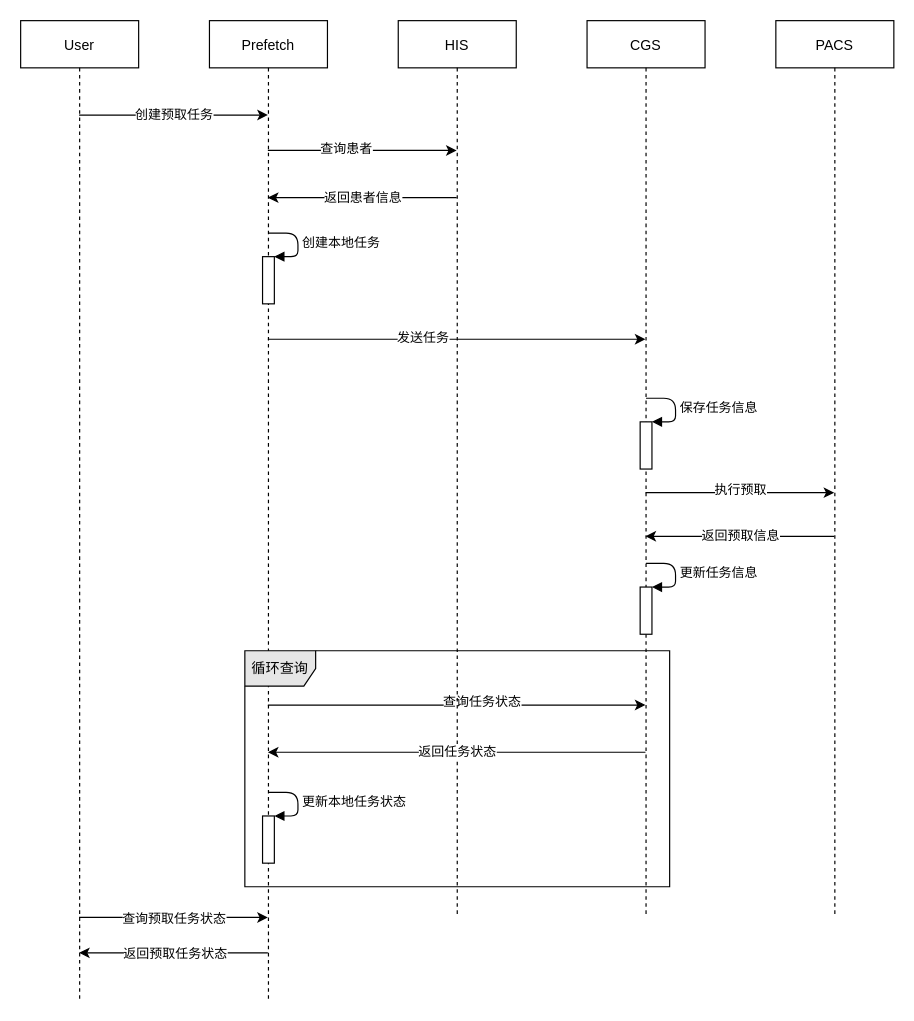
Before: uih/预取时序图.drawio in xzs603/draw.io, a draw.io diagram. Source tidied: cells renumbered, new cells numbered last; positions are measured from the earlier drawing's top-left corner, leaving out a move shared by most shapes. Both pictures are drawn from the tidied source at 118%, with x=0, y=0 at pixel (20, 20).
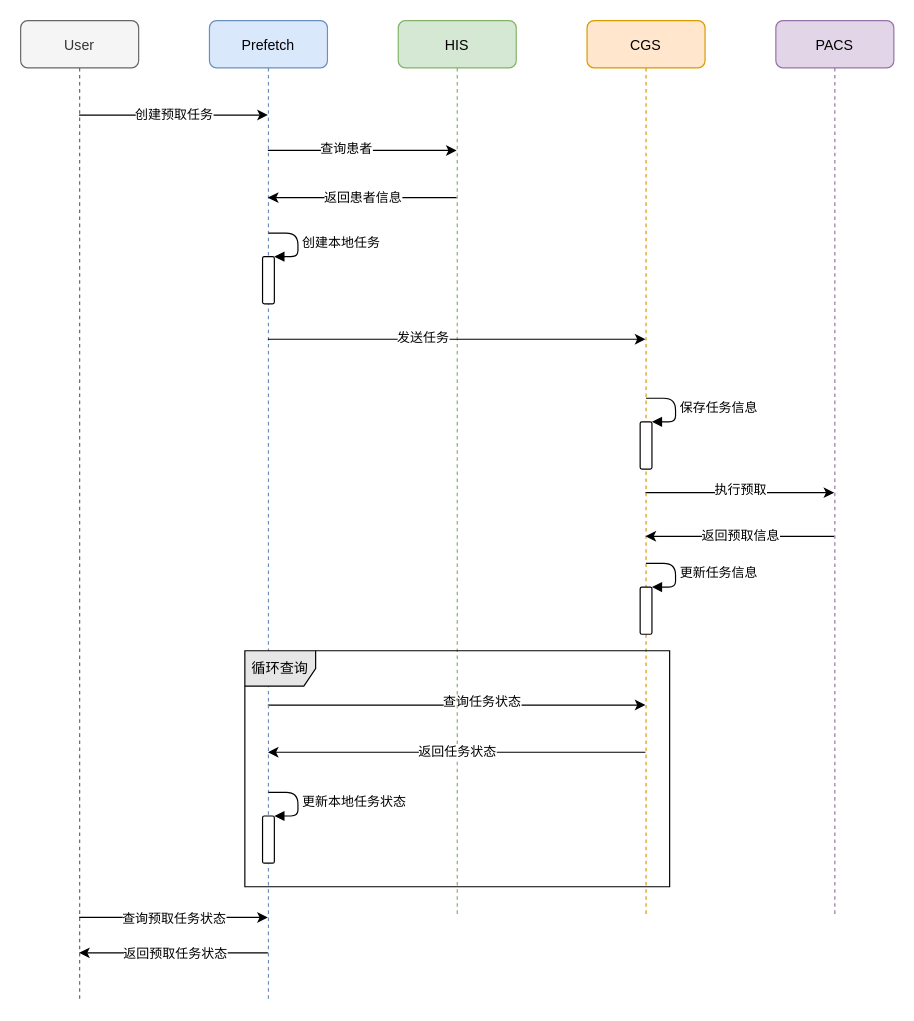
Above is the later version.

The change refers to these unchanged cells:
```xml
<mxCell id="3" style="edgeStyle=orthogonalEdgeStyle;jettySize=auto;html=1;" parent="1" edge="1" source="5" target="12">
  <mxGeometry relative="1" as="geometry">
    <Array as="points">
      <mxPoint x="150" y="760" />
      <mxPoint x="150" y="760" />
    </Array>
  </mxGeometry>
</mxCell>
<mxCell id="6" style="edgeStyle=orthogonalEdgeStyle;jettySize=auto;html=1;" parent="1" edge="1" source="12" target="18">
  <mxGeometry relative="1" as="geometry">
    <Array as="points">
      <mxPoint x="280" y="110" />
      <mxPoint x="280" y="110" />
    </Array>
  </mxGeometry>
</mxCell>
<mxCell id="8" style="edgeStyle=orthogonalEdgeStyle;jettySize=auto;html=1;" parent="1" edge="1" source="12" target="22">
  <mxGeometry relative="1" as="geometry">
    <Array as="points">
      <mxPoint x="430" y="580" />
      <mxPoint x="430" y="580" />
    </Array>
  </mxGeometry>
</mxCell>
<mxCell id="10" style="edgeStyle=orthogonalEdgeStyle;jettySize=auto;html=1;" parent="1" edge="1" source="12" target="5">
  <mxGeometry relative="1" as="geometry">
    <Array as="points">
      <mxPoint x="140" y="790" />
      <mxPoint x="140" y="790" />
    </Array>
  </mxGeometry>
</mxCell>
<mxCell id="19" style="edgeStyle=orthogonalEdgeStyle;jettySize=auto;html=1;" parent="1" edge="1" source="22" target="28">
  <mxGeometry relative="1" as="geometry">
    <Array as="points">
      <mxPoint x="620" y="400" />
      <mxPoint x="620" y="400" />
    </Array>
  </mxGeometry>
</mxCell>
<mxCell id="29" style="edgeStyle=orthogonalEdgeStyle;jettySize=auto;html=1;" parent="1" edge="1" source="12" target="22">
  <mxGeometry relative="1" as="geometry">
    <Array as="points">
      <mxPoint x="430" y="270" />
      <mxPoint x="430" y="270" />
    </Array>
  </mxGeometry>
</mxCell>
```

Change to the diagram source:
```diff
@@
-    <mxCell id="4" value="查询预取任务状态" style="edgeLabel;html=1;align=center;verticalAlign=middle;" parent="3" vertex="1">
+    <mxCell id="4" value="查询预取任务状态" style="edgeLabel;html=1;align=center;verticalAlign=middle;rounded=1;" parent="3" vertex="1">
       <mxGeometry x="0.19" relative="1" as="geometry">
         <mxPoint x="-15.5" as="offset" />
       </mxGeometry>
     </mxCell>
-    <mxCell id="5" value="User" style="shape=umlLifeline;perimeter=lifelinePerimeter;shadow=0;strokeWidth=1;" parent="1" vertex="1">
+    <mxCell id="5" value="User" style="shape=umlLifeline;perimeter=lifelinePerimeter;shadow=0;strokeWidth=1;fillColor=#f5f5f5;strokeColor=#666666;fontColor=#333333;rounded=1;" parent="1" vertex="1">
       <mxGeometry width="100" height="830" as="geometry" />
     </mxCell>
@@
-    <mxCell id="7" value="查询患者" style="edgeLabel;html=1;align=center;verticalAlign=middle;" parent="6" vertex="1">
+    <mxCell id="7" value="查询患者" style="edgeLabel;html=1;align=center;verticalAlign=middle;rounded=1;" parent="6" vertex="1">
       <mxGeometry x="-0.18" y="2" relative="1" as="geometry" />
     </mxCell>
@@
-    <mxCell id="9" value="查询任务状态" style="edgeLabel;html=1;align=center;verticalAlign=middle;" parent="8" vertex="1">
+    <mxCell id="9" value="查询任务状态" style="edgeLabel;html=1;align=center;verticalAlign=middle;rounded=1;" parent="8" vertex="1">
       <mxGeometry x="0.13" y="4" relative="1" as="geometry" />
     </mxCell>
@@
-    <mxCell id="11" value="返回预取任务状态" style="edgeLabel;html=1;align=center;verticalAlign=middle;" parent="10" vertex="1">
+    <mxCell id="11" value="返回预取任务状态" style="edgeLabel;html=1;align=center;verticalAlign=middle;rounded=1;" parent="10" vertex="1">
       <mxGeometry x="0.27" relative="1" as="geometry">
         <mxPoint x="22.5" as="offset" />
       </mxGeometry>
     </mxCell>
-    <mxCell id="12" value="Prefetch" style="shape=umlLifeline;perimeter=lifelinePerimeter;shadow=0;strokeWidth=1;" parent="1" vertex="1">
+    <mxCell id="12" value="Prefetch" style="shape=umlLifeline;perimeter=lifelinePerimeter;shadow=0;strokeWidth=1;fillColor=#dae8fc;strokeColor=#6c8ebf;rounded=1;" parent="1" vertex="1">
       <mxGeometry x="160" width="100" height="830" as="geometry" />
     </mxCell>
-    <mxCell id="13" style="html=1;points=[];perimeter=orthogonalPerimeter;" parent="12" vertex="1">
+    <mxCell id="13" style="html=1;points=[];perimeter=orthogonalPerimeter;rounded=1;" parent="12" vertex="1">
       <mxGeometry x="45" y="200" width="10" height="40" as="geometry" />
     </mxCell>
@@
-    <mxCell id="15" style="html=1;points=[];perimeter=orthogonalPerimeter;" parent="12" vertex="1">
+    <mxCell id="15" style="html=1;points=[];perimeter=orthogonalPerimeter;rounded=1;" parent="12" vertex="1">
       <mxGeometry x="45" y="674" width="10" height="40" as="geometry" />
     </mxCell>
@@
-    <mxCell id="18" value="HIS" style="shape=umlLifeline;perimeter=lifelinePerimeter;shadow=0;strokeWidth=1;" parent="1" vertex="1">
+    <mxCell id="18" value="HIS" style="shape=umlLifeline;perimeter=lifelinePerimeter;shadow=0;strokeWidth=1;fillColor=#d5e8d4;strokeColor=#82b366;rounded=1;" parent="1" vertex="1">
       <mxGeometry x="320" width="100" height="760" as="geometry" />
     </mxCell>
@@
-    <mxCell id="20" value="执行预取" style="edgeLabel;html=1;align=center;verticalAlign=middle;" parent="19" vertex="1">
+    <mxCell id="20" value="执行预取" style="edgeLabel;html=1;align=center;verticalAlign=middle;rounded=1;" parent="19" vertex="1">
       <mxGeometry x="0.14" y="3" relative="1" as="geometry">
         <mxPoint x="-11.5" as="offset" />
       </mxGeometry>
     </mxCell>
@@
-    <mxCell id="22" value="CGS" style="shape=umlLifeline;perimeter=lifelinePerimeter;shadow=0;strokeWidth=1;" parent="1" vertex="1">
+    <mxCell id="22" value="CGS" style="shape=umlLifeline;perimeter=lifelinePerimeter;shadow=0;strokeWidth=1;fillColor=#ffe6cc;strokeColor=#d79b00;rounded=1;" parent="1" vertex="1">
       <mxGeometry x="480" width="100" height="760" as="geometry" />
     </mxCell>
-    <mxCell id="23" style="html=1;points=[];perimeter=orthogonalPerimeter;" parent="22" vertex="1">
+    <mxCell id="23" style="html=1;points=[];perimeter=orthogonalPerimeter;rounded=1;" parent="22" vertex="1">
       <mxGeometry x="45" y="340" width="10" height="40" as="geometry" />
     </mxCell>
@@
-    <mxCell id="25" style="html=1;points=[];perimeter=orthogonalPerimeter;" parent="22" vertex="1">
+    <mxCell id="25" style="html=1;points=[];perimeter=orthogonalPerimeter;rounded=1;" parent="22" vertex="1">
       <mxGeometry x="45" y="480" width="10" height="40" as="geometry" />
     </mxCell>
@@
-    <mxCell id="28" value="PACS" style="shape=umlLifeline;perimeter=lifelinePerimeter;shadow=0;strokeWidth=1;" parent="1" vertex="1">
+    <mxCell id="28" value="PACS" style="shape=umlLifeline;perimeter=lifelinePerimeter;shadow=0;strokeWidth=1;fillColor=#e1d5e7;strokeColor=#9673a6;rounded=1;" parent="1" vertex="1">
       <mxGeometry x="640" width="100" height="760" as="geometry" />
     </mxCell>
@@
-    <mxCell id="30" value="发送任务" style="edgeLabel;html=1;align=center;verticalAlign=middle;" parent="29" vertex="1">
+    <mxCell id="30" value="发送任务" style="edgeLabel;html=1;align=center;verticalAlign=middle;rounded=1;" parent="29" vertex="1">
       <mxGeometry x="-0.18" y="2" relative="1" as="geometry" />
     </mxCell>
-    <mxCell id="31" value="循环查询" style="shape=umlFrame;whiteSpace=wrap;html=1;fillColor=#E6E6E6;shadow=0;" parent="1" vertex="1">
+    <mxCell id="31" value="循环查询" style="shape=umlFrame;whiteSpace=wrap;html=1;fillColor=#E6E6E6;shadow=0;rounded=1;" parent="1" vertex="1">
       <mxGeometry x="190" y="534" width="360" height="200" as="geometry" />
     </mxCell>
```
